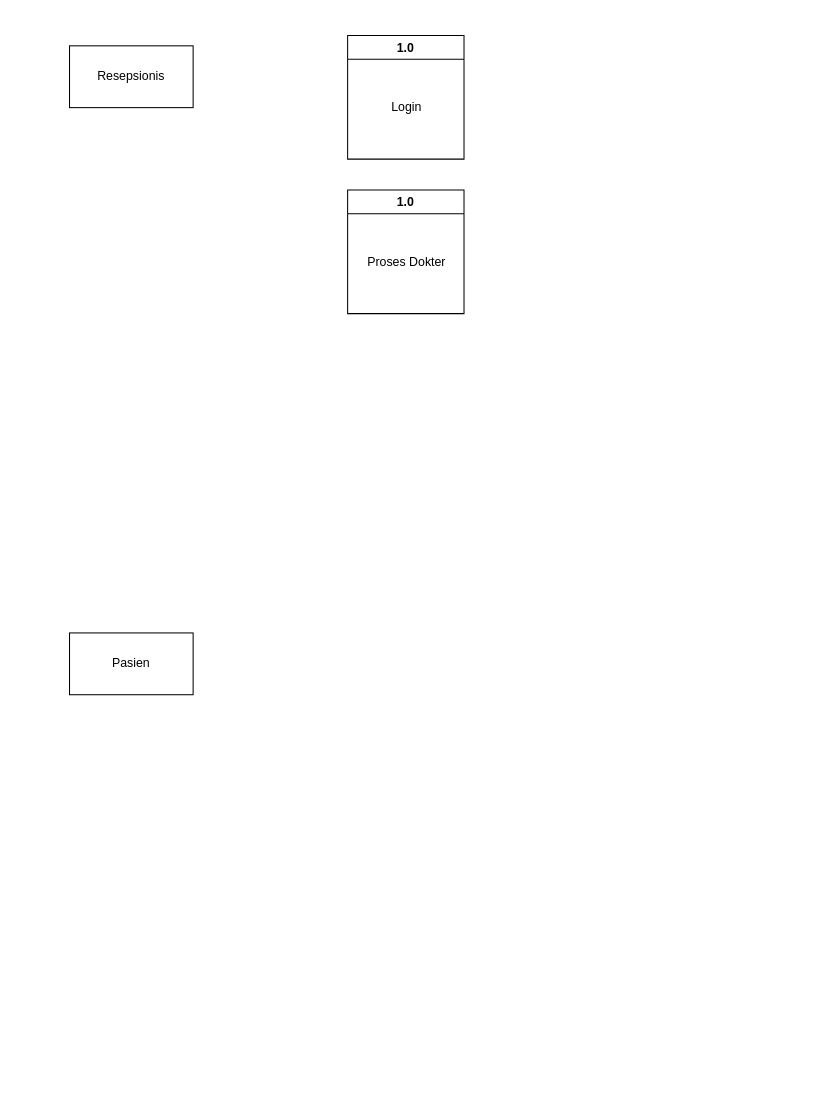
Before: page "Page-2" (4 of 4) of Untitled Diagram.drawio in pradanatech04/portofolio-sia, a draw.io diagram. Source tidied: cells renumbered, new cells numbered last; positions are measured from the earlier drawing's top-left corner, leaving out a move shared by most shapes. Both pictures are drawn from the tidied source at 103%, with x=0, y=0 at pixel (69, 35).
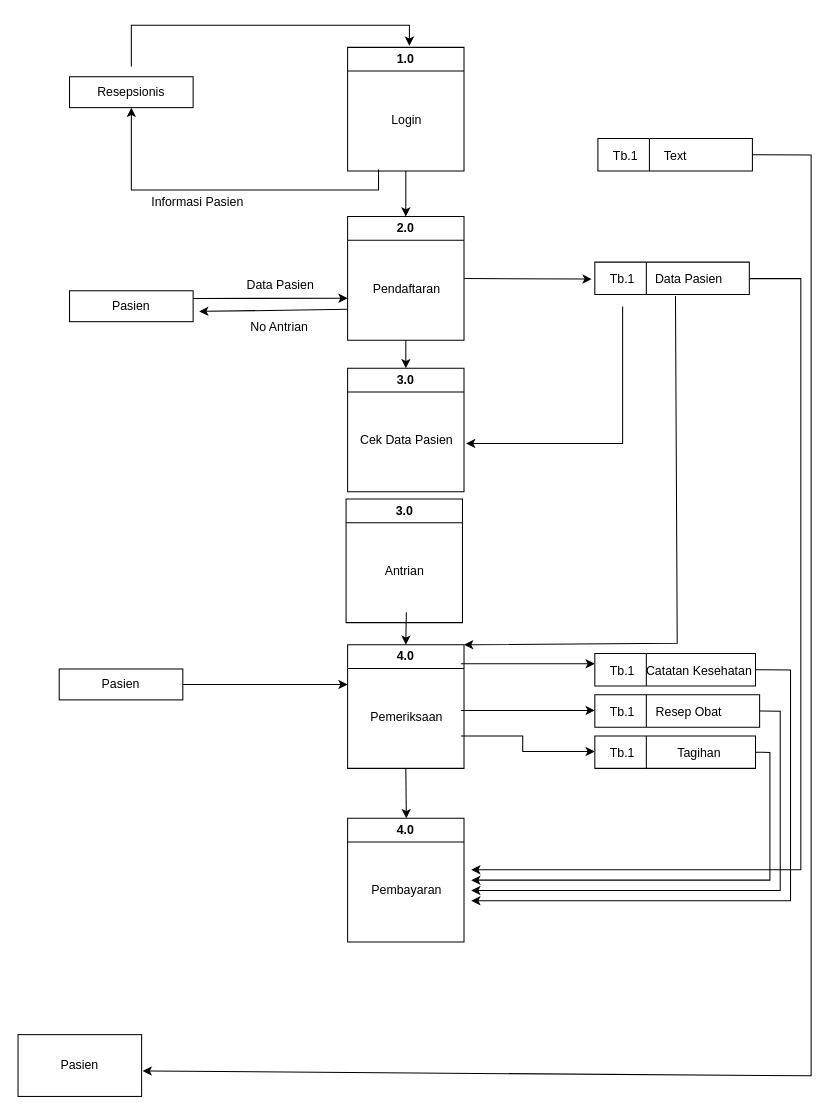
After the change.

The edit, as a diff of the source:
```diff
@@
     <mxCell id="2" value="1.0" style="swimlane;whiteSpace=wrap;html=1;" parent="1" vertex="1">
-      <mxGeometry x="270" width="113" height="120" as="geometry" />
+      <mxGeometry x="270" y="11.5" width="113" height="120" as="geometry" />
     </mxCell>
@@
     <mxCell id="4" value="Resepsionis" style="rounded=0;whiteSpace=wrap;html=1;" parent="1" vertex="1">
-      <mxGeometry y="10" width="120" height="60" as="geometry" />
+      <mxGeometry y="40" width="120" height="30" as="geometry" />
     </mxCell>
     <mxCell id="5" value="Pasien" style="rounded=0;whiteSpace=wrap;html=1;" parent="1" vertex="1">
-      <mxGeometry y="580" width="120" height="60" as="geometry" />
+      <mxGeometry x="-50" y="970" width="120" height="60" as="geometry" />
     </mxCell>
-    <mxCell id="6" value="1.0" style="swimlane;whiteSpace=wrap;html=1;" parent="1" vertex="1">
-      <mxGeometry x="270" y="150" width="113" height="120" as="geometry" />
+    <mxCell id="6" value="2.0" style="swimlane;whiteSpace=wrap;html=1;" parent="1" vertex="1">
+      <mxGeometry x="270" y="175.8" width="113" height="120" as="geometry" />
     </mxCell>
-    <mxCell id="7" value="Proses Dokter" style="text;html=1;align=center;verticalAlign=middle;strokeColor=none;fillColor=none;" parent="6" vertex="1">
-      <mxGeometry x="6.5" y="55" width="100" height="30" as="geometry" />
+    <mxCell id="7" value="Pendaftaran" style="text;html=1;align=center;verticalAlign=middle;strokeColor=none;fillColor=none;" parent="6" vertex="1">
+      <mxGeometry x="11.5" y="55" width="90" height="30" as="geometry" />
     </mxCell>
+    <mxCell id="8" style="endArrow=classic;html=1;rounded=0;" parent="1" edge="1">
+      <mxGeometry relative="1" as="geometry">
+        <mxPoint x="60" y="30" as="sourcePoint" />
+        <mxPoint x="330" y="10" as="targetPoint" />
+        <Array as="points">
+          <mxPoint x="60" y="-10" />
+          <mxPoint x="330" y="-10" />
+        </Array>
+      </mxGeometry>
+    </mxCell>
+    <mxCell id="9" style="endArrow=classic;html=1;rounded=0;entryX=0.5;entryY=0;entryDx=0;entryDy=0;exitX=0.5;exitY=1;exitDx=0;exitDy=0;" parent="1" edge="1" source="2" target="6">
+      <mxGeometry relative="1" as="geometry" />
+    </mxCell>
+    <mxCell id="10" style="swimlane;horizontal=0;whiteSpace=wrap;html=1;startSize=50;" parent="1" vertex="1">
+      <mxGeometry x="513" y="100" width="150" height="31.5" as="geometry" />
+    </mxCell>
+    <mxCell id="11" value="Tb.1" style="text;html=1;strokeColor=none;fillColor=none;align=center;verticalAlign=middle;whiteSpace=wrap;rounded=0;" parent="10" vertex="1">
+      <mxGeometry x="-3" y="-10" width="60" height="53" as="geometry" />
+    </mxCell>
+    <mxCell id="12" value="Text" style="text;html=1;align=center;verticalAlign=middle;strokeColor=none;fillColor=none;" parent="10" vertex="1">
+      <mxGeometry x="50" y="1.5" width="50" height="30" as="geometry" />
+    </mxCell>
+    <mxCell id="13" style="endArrow=classic;html=1;rounded=0;exitX=1;exitY=0.5;exitDx=0;exitDy=0;entryX=1.008;entryY=0.588;entryDx=0;entryDy=0;entryPerimeter=0;" parent="1" edge="1" source="10" target="5">
+      <mxGeometry relative="1" as="geometry">
+        <Array as="points">
+          <mxPoint x="720" y="116" />
+          <mxPoint x="720" y="1010" />
+        </Array>
+      </mxGeometry>
+    </mxCell>
+    <mxCell id="14" value="3.0" style="swimlane;whiteSpace=wrap;html=1;" parent="1" vertex="1">
+      <mxGeometry x="270" y="323" width="113" height="120" as="geometry" />
+    </mxCell>
+    <mxCell id="15" value="Cek Data Pasien" style="text;html=1;align=center;verticalAlign=middle;points=[];strokeColor=none;fillColor=none;" parent="14" vertex="1">
+      <mxGeometry x="1.5" y="55" width="110" height="30" as="geometry" />
+    </mxCell>
+    <mxCell id="16" style="endArrow=classic;html=1;rounded=0;exitX=0.5;exitY=1;exitDx=0;exitDy=0;entryX=0.5;entryY=0;entryDx=0;entryDy=0;" parent="1" edge="1" source="6" target="14">
+      <mxGeometry relative="1" as="geometry" />
+    </mxCell>
+    <mxCell id="17" value="4.0" style="swimlane;whiteSpace=wrap;html=1;" parent="1" vertex="1">
+      <mxGeometry x="270" y="591.5" width="113" height="120" as="geometry" />
+    </mxCell>
+    <mxCell id="18" value="Pemeriksaan" style="text;html=1;align=center;verticalAlign=middle;strokeColor=none;fillColor=none;" parent="17" vertex="1">
+      <mxGeometry x="11.5" y="55" width="90" height="30" as="geometry" />
+    </mxCell>
+    <mxCell id="19" style="endArrow=classic;html=1;rounded=0;entryX=0.5;entryY=0;entryDx=0;entryDy=0;" parent="1" edge="1" target="17">
+      <mxGeometry relative="1" as="geometry">
+        <mxPoint x="327" y="560" as="sourcePoint" />
+      </mxGeometry>
+    </mxCell>
+    <mxCell id="20" value="4.0" style="swimlane;whiteSpace=wrap;html=1;" parent="1" vertex="1">
+      <mxGeometry x="270" y="760" width="113" height="120" as="geometry" />
+    </mxCell>
+    <mxCell id="21" value="Pembayaran" style="text;html=1;align=center;verticalAlign=middle;strokeColor=none;fillColor=none;" parent="20" vertex="1">
+      <mxGeometry x="11.5" y="55" width="90" height="30" as="geometry" />
+    </mxCell>
+    <mxCell id="22" style="endArrow=classic;html=1;rounded=0;exitX=0.5;exitY=1;exitDx=0;exitDy=0;" parent="1" edge="1" source="17">
+      <mxGeometry relative="1" as="geometry">
+        <mxPoint x="327" y="760" as="targetPoint" />
+      </mxGeometry>
+    </mxCell>
+    <mxCell id="23" value="Pasien" style="rounded=0;whiteSpace=wrap;html=1;" parent="1" vertex="1">
+      <mxGeometry y="247.8" width="120" height="30" as="geometry" />
+    </mxCell>
+    <mxCell id="24" style="endArrow=classic;html=1;rounded=0;exitX=1;exitY=0.25;exitDx=0;exitDy=0;entryX=1;entryY=1;entryDx=0;entryDy=0;" parent="1" edge="1" source="23" target="26">
+      <mxGeometry relative="1" as="geometry" />
+    </mxCell>
+    <mxCell id="25" style="endArrow=classic;html=1;rounded=0;entryX=1.049;entryY=0.669;entryDx=0;entryDy=0;exitX=0;exitY=0.75;exitDx=0;exitDy=0;entryPerimeter=0;" parent="1" edge="1" source="6" target="23">
+      <mxGeometry relative="1" as="geometry" />
+    </mxCell>
+    <mxCell id="26" value="Data Pasien" style="text;html=1;strokeColor=none;fillColor=none;align=center;verticalAlign=middle;whiteSpace=wrap;rounded=0;" parent="1" vertex="1">
+      <mxGeometry x="140" y="230" width="130" height="25" as="geometry" />
+    </mxCell>
+    <mxCell id="27" value="No Antrian" style="text;html=1;strokeColor=none;fillColor=none;align=center;verticalAlign=middle;whiteSpace=wrap;rounded=0;" parent="1" vertex="1">
+      <mxGeometry x="138.5" y="270.8" width="130" height="25" as="geometry" />
+    </mxCell>
+    <mxCell id="28" style="endArrow=classic;html=1;rounded=0;exitX=1;exitY=0.5;exitDx=0;exitDy=0;entryX=0;entryY=0.5;entryDx=0;entryDy=0;" parent="1" edge="1" source="6" target="33">
+      <mxGeometry relative="1" as="geometry" />
+    </mxCell>
+    <mxCell id="29" style="endArrow=classic;html=1;rounded=0;exitX=0.359;exitY=1.044;exitDx=0;exitDy=0;exitPerimeter=0;entryX=1;entryY=0;entryDx=0;entryDy=0;" parent="1" edge="1" source="34" target="17">
+      <mxGeometry relative="1" as="geometry">
+        <Array as="points">
+          <mxPoint x="590" y="590" />
+        </Array>
+      </mxGeometry>
+    </mxCell>
+    <mxCell id="30" value="Pasien" style="rounded=0;whiteSpace=wrap;html=1;" parent="1" vertex="1">
+      <mxGeometry x="-10" y="615" width="120" height="30" as="geometry" />
+    </mxCell>
+    <mxCell id="31" style="endArrow=classic;html=1;rounded=0;exitX=1;exitY=0.5;exitDx=0;exitDy=0;" parent="1" edge="1" source="30">
+      <mxGeometry relative="1" as="geometry">
+        <mxPoint x="270" y="630" as="targetPoint" />
+      </mxGeometry>
+    </mxCell>
+    <mxCell id="32" style="swimlane;horizontal=0;whiteSpace=wrap;html=1;startSize=50;" parent="1" vertex="1">
+      <mxGeometry x="510" y="220" width="150" height="31.5" as="geometry" />
+    </mxCell>
+    <mxCell id="33" value="Tb.1" style="text;html=1;strokeColor=none;fillColor=none;align=center;verticalAlign=middle;whiteSpace=wrap;rounded=0;" parent="32" vertex="1">
+      <mxGeometry x="-3" y="-10" width="60" height="53" as="geometry" />
+    </mxCell>
+    <mxCell id="34" value="Data Pasien" style="text;html=1;align=center;verticalAlign=middle;points=[];strokeColor=none;fillColor=none;" parent="32" vertex="1">
+      <mxGeometry x="46" y="1.5" width="90" height="30" as="geometry" />
+    </mxCell>
+    <mxCell id="35" style="endArrow=classic;html=1;rounded=0;" parent="32" edge="1">
+      <mxGeometry relative="1" as="geometry">
+        <mxPoint x="150" y="16" as="sourcePoint" />
+        <mxPoint x="-120" y="590" as="targetPoint" />
+        <Array as="points">
+          <mxPoint x="200" y="16" />
+          <mxPoint x="200" y="590" />
+        </Array>
+      </mxGeometry>
+    </mxCell>
+    <mxCell id="36" style="swimlane;horizontal=0;whiteSpace=wrap;html=1;startSize=50;" parent="1" vertex="1">
+      <mxGeometry x="510" y="600" width="156" height="31.5" as="geometry" />
+    </mxCell>
+    <mxCell id="37" value="Tb.1" style="text;html=1;strokeColor=none;fillColor=none;align=center;verticalAlign=middle;whiteSpace=wrap;rounded=0;" parent="36" vertex="1">
+      <mxGeometry x="-3" y="-10" width="60" height="53" as="geometry" />
+    </mxCell>
+    <mxCell id="38" value="Catatan Kesehatan" style="text;html=1;align=center;verticalAlign=middle;strokeColor=none;fillColor=none;" parent="36" vertex="1">
+      <mxGeometry x="36" y="1.5" width="130" height="30" as="geometry" />
+    </mxCell>
+    <mxCell id="39" style="swimlane;horizontal=0;whiteSpace=wrap;html=1;startSize=50;" parent="1" vertex="1">
+      <mxGeometry x="510" y="640" width="160" height="31.5" as="geometry" />
+    </mxCell>
+    <mxCell id="40" value="Tb.1" style="text;html=1;strokeColor=none;fillColor=none;align=center;verticalAlign=middle;whiteSpace=wrap;rounded=0;" parent="39" vertex="1">
+      <mxGeometry x="-3" y="-10" width="60" height="53" as="geometry" />
+    </mxCell>
+    <mxCell id="41" value="Resep Obat" style="text;html=1;align=center;verticalAlign=middle;strokeColor=none;fillColor=none;" parent="39" vertex="1">
+      <mxGeometry x="46" y="1.5" width="90" height="30" as="geometry" />
+    </mxCell>
+    <mxCell id="42" style="swimlane;horizontal=0;whiteSpace=wrap;html=1;startSize=50;" parent="1" vertex="1">
+      <mxGeometry x="510" y="680" width="156" height="31.5" as="geometry" />
+    </mxCell>
+    <mxCell id="43" value="Tb.1" style="text;html=1;strokeColor=none;fillColor=none;align=center;verticalAlign=middle;whiteSpace=wrap;rounded=0;" parent="42" vertex="1">
+      <mxGeometry x="-3" y="-10" width="60" height="53" as="geometry" />
+    </mxCell>
+    <mxCell id="44" value="Tagihan" style="text;html=1;align=center;verticalAlign=middle;strokeColor=none;fillColor=none;" parent="42" vertex="1">
+      <mxGeometry x="66" y="1.5" width="70" height="30" as="geometry" />
+    </mxCell>
+    <mxCell id="45" style="endArrow=classic;html=1;rounded=0;exitX=1;exitY=0.5;exitDx=0;exitDy=0;" parent="1" edge="1" source="42">
+      <mxGeometry relative="1" as="geometry">
+        <mxPoint x="390" y="820" as="targetPoint" />
+        <Array as="points">
+          <mxPoint x="680" y="696" />
+          <mxPoint x="680" y="820" />
+        </Array>
+      </mxGeometry>
+    </mxCell>
+    <mxCell id="46" style="endArrow=classic;html=1;rounded=0;exitX=1;exitY=0.5;exitDx=0;exitDy=0;" parent="1" edge="1" source="39">
+      <mxGeometry relative="1" as="geometry">
+        <mxPoint x="390" y="830" as="targetPoint" />
+        <Array as="points">
+          <mxPoint x="690" y="656" />
+          <mxPoint x="690" y="830" />
+        </Array>
+      </mxGeometry>
+    </mxCell>
+    <mxCell id="47" style="endArrow=classic;html=1;rounded=0;exitX=1;exitY=0.5;exitDx=0;exitDy=0;" parent="1" edge="1" source="36">
+      <mxGeometry relative="1" as="geometry">
+        <mxPoint x="390" y="840" as="targetPoint" />
+        <Array as="points">
+          <mxPoint x="700" y="616" />
+          <mxPoint x="700" y="840" />
+        </Array>
+      </mxGeometry>
+    </mxCell>
+    <mxCell id="48" style="endArrow=classic;html=1;rounded=0;" parent="1" edge="1">
+      <mxGeometry relative="1" as="geometry">
+        <mxPoint x="380" y="610" as="sourcePoint" />
+        <mxPoint x="510" y="610" as="targetPoint" />
+      </mxGeometry>
+    </mxCell>
+    <mxCell id="49" style="endArrow=classic;html=1;rounded=0;" parent="1" edge="1">
+      <mxGeometry relative="1" as="geometry">
+        <mxPoint x="380" y="655.2" as="sourcePoint" />
+        <mxPoint x="510" y="655.2" as="targetPoint" />
+      </mxGeometry>
+    </mxCell>
+    <mxCell id="50" style="endArrow=classic;html=1;rounded=0;" parent="1" edge="1">
+      <mxGeometry relative="1" as="geometry">
+        <mxPoint x="380" y="680" as="sourcePoint" />
+        <mxPoint x="510" y="695.2" as="targetPoint" />
+        <Array as="points">
+          <mxPoint x="440" y="680" />
+          <mxPoint x="440" y="695" />
+        </Array>
+      </mxGeometry>
+    </mxCell>
+    <mxCell id="51" style="endArrow=classic;html=1;rounded=0;entryX=1.032;entryY=0.6;entryDx=0;entryDy=0;entryPerimeter=0;" parent="1" edge="1" source="33" target="15">
+      <mxGeometry relative="1" as="geometry">
+        <Array as="points">
+          <mxPoint x="537" y="396" />
+        </Array>
+      </mxGeometry>
+    </mxCell>
+    <mxCell id="52" style="endArrow=classic;html=1;rounded=0;" parent="1" edge="1">
+      <mxGeometry relative="1" as="geometry">
+        <mxPoint x="300" y="130" as="sourcePoint" />
+        <mxPoint x="60" y="70" as="targetPoint" />
+        <Array as="points">
+          <mxPoint x="300" y="150" />
+          <mxPoint x="60" y="150" />
+        </Array>
+      </mxGeometry>
+    </mxCell>
+    <mxCell id="53" value="Informasi Pasien" style="text;html=1;align=center;verticalAlign=middle;strokeColor=none;fillColor=none;" parent="1" vertex="1">
+      <mxGeometry x="69" y="147" width="110" height="30" as="geometry" />
+    </mxCell>
+    <mxCell id="54" value="3.0" style="swimlane;whiteSpace=wrap;html=1;" parent="1" vertex="1">
+      <mxGeometry x="268.5" y="450" width="113" height="120" as="geometry" />
+    </mxCell>
+    <mxCell id="55" value="Antrian" style="text;html=1;align=center;verticalAlign=middle;strokeColor=none;fillColor=none;" parent="54" vertex="1">
+      <mxGeometry x="26.5" y="55" width="60" height="30" as="geometry" />
+    </mxCell>
```
